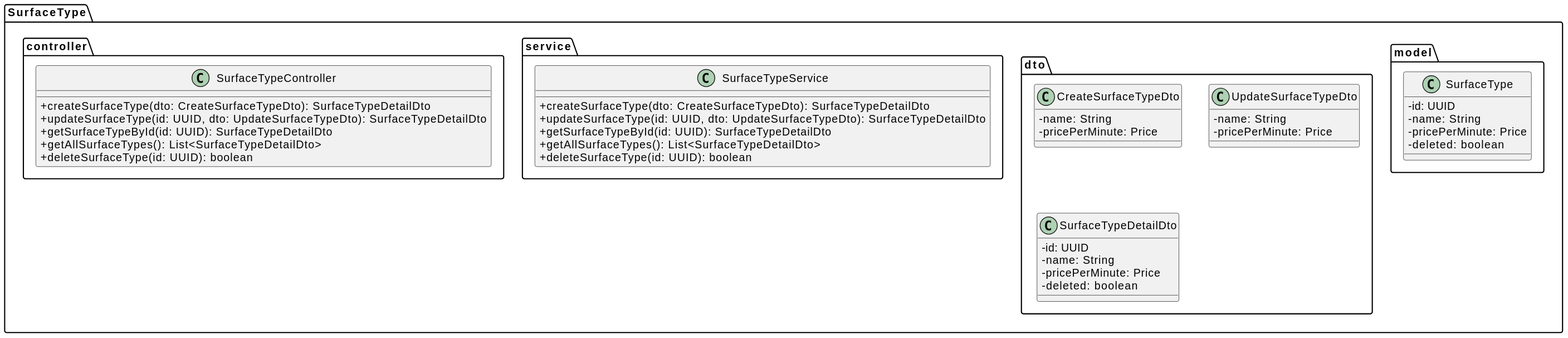
The PlantUML diagram docs/diagram-img/class-surfaceType.svg in tondracek/inqool-tennis, before a commit. Its diagram source:
```plantuml
@startuml
skinparam classAttributeIconSize 0

package "SurfaceType" {

	package "model" {
	  class SurfaceType {
      - id: UUID
      - name: String
      - pricePerMinute: Price
      - deleted: boolean
    }
	}

	package "dto" {
	  class CreateSurfaceTypeDto {
	    - name: String
	    - pricePerMinute: Price
	  }

	  class UpdateSurfaceTypeDto {
	    - name: String
	    - pricePerMinute: Price
	  }

	  class SurfaceTypeDetailDto {
	    - id: UUID
	    - name: String
	    - pricePerMinute: Price
	    - deleted: boolean
	  }
	}

	package "service" {
		class SurfaceTypeService {
			+ createSurfaceType(dto: CreateSurfaceTypeDto): SurfaceTypeDetailDto
			+ updateSurfaceType(id: UUID, dto: UpdateSurfaceTypeDto): SurfaceTypeDetailDto
			+ getSurfaceTypeById(id: UUID): SurfaceTypeDetailDto
			+ getAllSurfaceTypes(): List<SurfaceTypeDetailDto>
			+ deleteSurfaceType(id: UUID): boolean
		}
	}

	package "controller" {
		class SurfaceTypeController {
			+ createSurfaceType(dto: CreateSurfaceTypeDto): SurfaceTypeDetailDto
			+ updateSurfaceType(id: UUID, dto: UpdateSurfaceTypeDto): SurfaceTypeDetailDto
			+ getSurfaceTypeById(id: UUID): SurfaceTypeDetailDto
			+ getAllSurfaceTypes(): List<SurfaceTypeDetailDto>
			+ deleteSurfaceType(id: UUID): boolean
		}
	}
}
@enduml
```
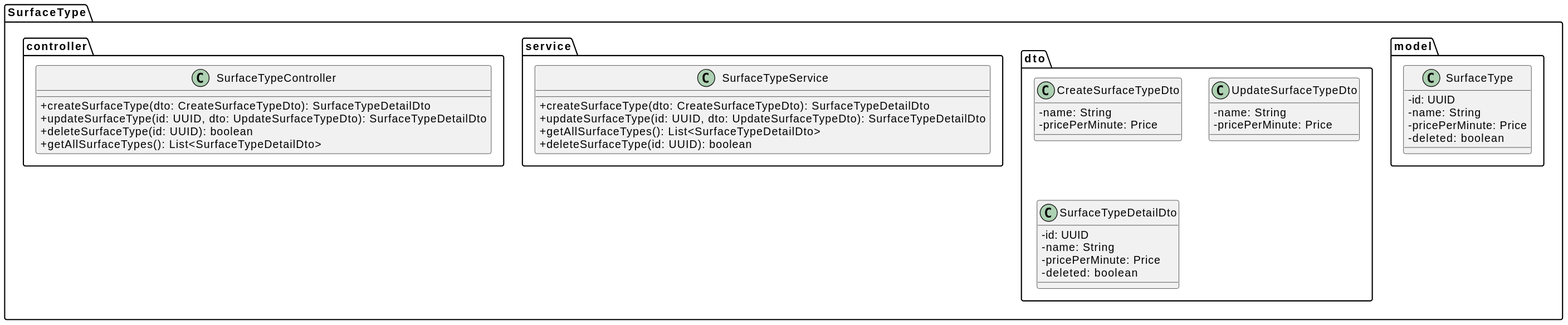
After the commit.

The edit, as a diff of the source:
```diff
@@ -35,7 +35,6 @@
 		class SurfaceTypeService {
 			+ createSurfaceType(dto: CreateSurfaceTypeDto): SurfaceTypeDetailDto
 			+ updateSurfaceType(id: UUID, dto: UpdateSurfaceTypeDto): SurfaceTypeDetailDto
-			+ getSurfaceTypeById(id: UUID): SurfaceTypeDetailDto
 			+ getAllSurfaceTypes(): List<SurfaceTypeDetailDto>
 			+ deleteSurfaceType(id: UUID): boolean
 		}
@@ -45,9 +44,8 @@
 		class SurfaceTypeController {
 			+ createSurfaceType(dto: CreateSurfaceTypeDto): SurfaceTypeDetailDto
 			+ updateSurfaceType(id: UUID, dto: UpdateSurfaceTypeDto): SurfaceTypeDetailDto
-			+ getSurfaceTypeById(id: UUID): SurfaceTypeDetailDto
+			+ deleteSurfaceType(id: UUID): boolean
 			+ getAllSurfaceTypes(): List<SurfaceTypeDetailDto>
-			+ deleteSurfaceType(id: UUID): boolean
 		}
 	}
 }
```
